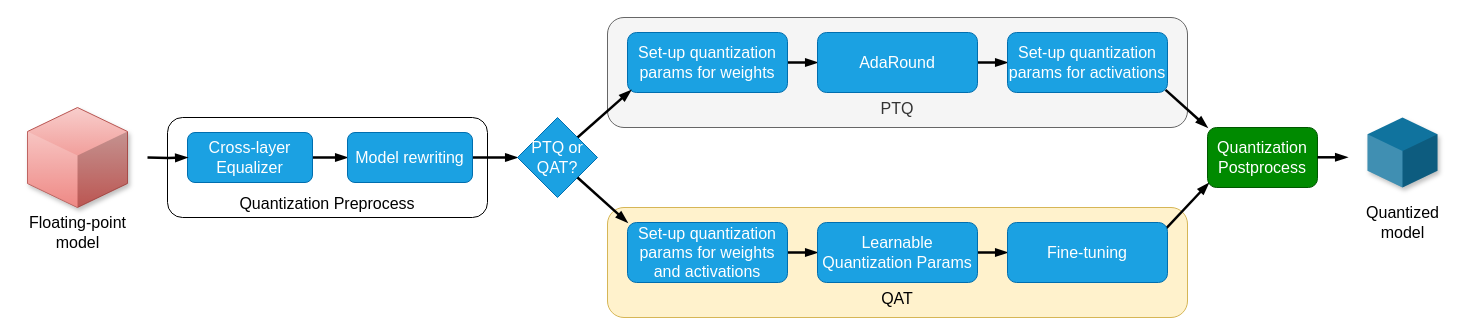
The draw.io diagram Untitled Diagram.drawio in hoangtv2000/document-collection, before the edit. Source tidied: cells renumbered, new cells numbered last; positions are measured from the earlier drawing's top-left corner, leaving out a move shared by most shapes. Both pictures are drawn from the tidied source at 100%, with x=0, y=0 at pixel (17, 17).
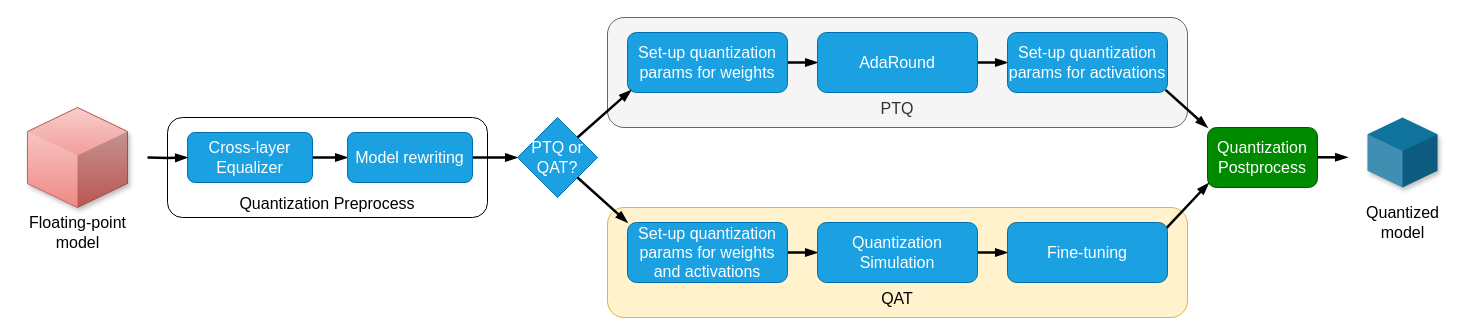
Above is the later version.

Commit message:
Cập nhật Untitled Diagram.drawio

What changed in the source:
```diff
@@
-    <mxCell id="29" value="Learnable&lt;br&gt;Quantization Params" style="rounded=1;whiteSpace=wrap;html=1;fillColor=#1ba1e2;strokeColor=#006EAF;fontColor=#ffffff;shadow=0;fontSize=16;" parent="1" vertex="1">
+    <mxCell id="29" value="Quantization Simulation" style="rounded=1;whiteSpace=wrap;html=1;fillColor=#1ba1e2;strokeColor=#006EAF;fontColor=#ffffff;shadow=0;fontSize=16;" parent="1" vertex="1">
       <mxGeometry x="800" y="205" width="160" height="60" as="geometry" />
     </mxCell>
```
